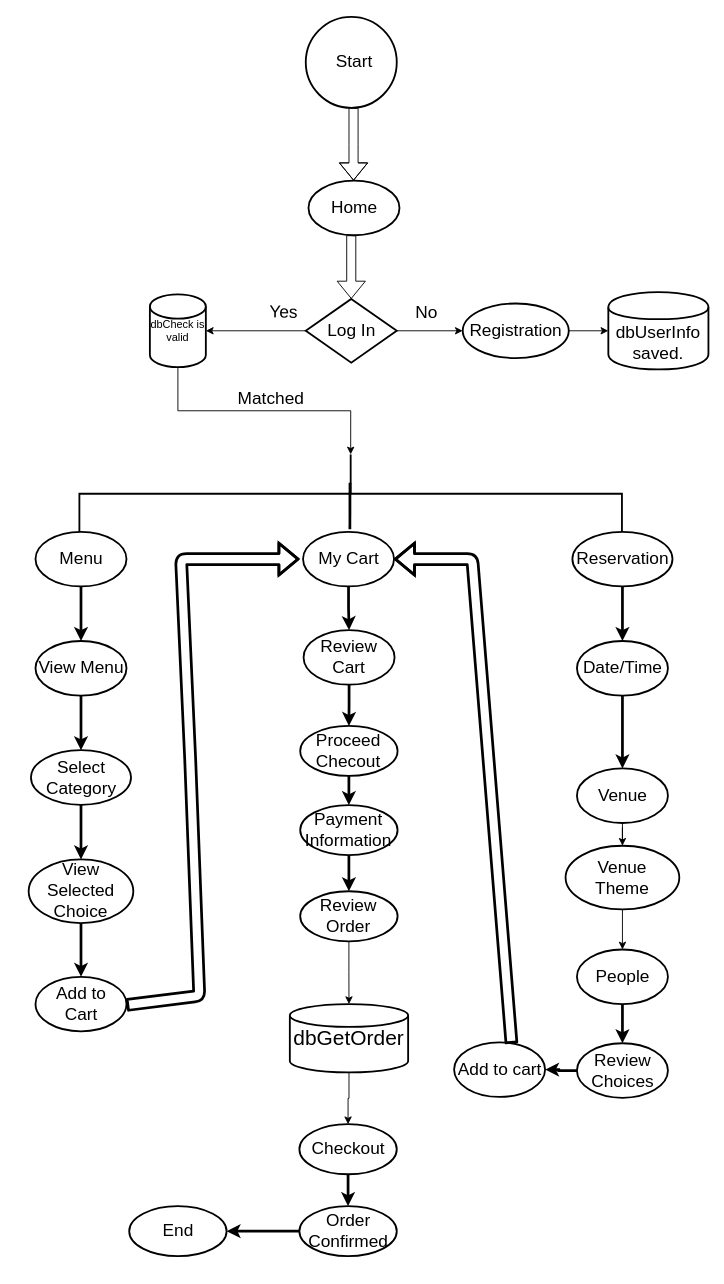
Above: Untitled Diagram.drawio in rheymel/KingROMOLO (draw.io), before the change. Source tidied: cells renumbered, new cells numbered last; positions are measured from the earlier drawing's top-left corner, leaving out a move shared by most shapes. Both pictures are drawn from the tidied source at 91%, with x=0, y=0 at pixel (28, 16).
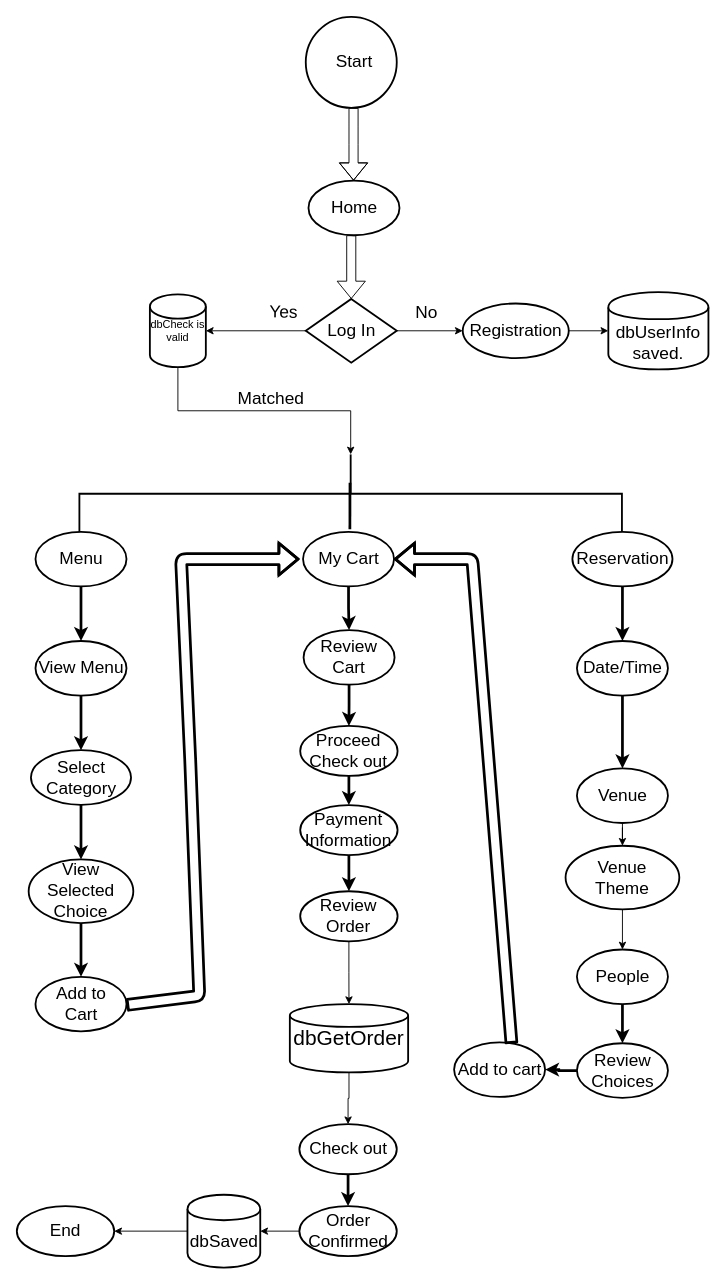
The same diagram, later.

Unchanged cells that the change refers to:
```xml
<mxCell id="51" value="Order Confirmed" style="strokeWidth=2;html=1;shape=mxgraph.flowchart.start_1;whiteSpace=wrap;fontSize=19;" parent="1" vertex="1">
  <mxGeometry x="297.5" y="1306.9" width="107" height="55" as="geometry" />
</mxCell>
```

The edit, as a diff of the source:
```diff
@@
-    <mxCell id="43" value="Proceed Checout" style="strokeWidth=2;html=1;shape=mxgraph.flowchart.start_1;whiteSpace=wrap;fontSize=19;" parent="1" vertex="1">
+    <mxCell id="43" value="Proceed Check out" style="strokeWidth=2;html=1;shape=mxgraph.flowchart.start_1;whiteSpace=wrap;fontSize=19;" parent="1" vertex="1">
       <mxGeometry x="298.4" y="779.2" width="107" height="55" as="geometry" />
     </mxCell>
@@
-    <mxCell id="49" value="Checkout" style="strokeWidth=2;html=1;shape=mxgraph.flowchart.start_1;whiteSpace=wrap;fontSize=19;" parent="1" vertex="1">
+    <mxCell id="49" value="Check out" style="strokeWidth=2;html=1;shape=mxgraph.flowchart.start_1;whiteSpace=wrap;fontSize=19;" parent="1" vertex="1">
       <mxGeometry x="297.5" y="1216.9" width="107" height="55" as="geometry" />
     </mxCell>
-    <mxCell id="50" style="edgeStyle=orthogonalEdgeStyle;rounded=0;jettySize=auto;html=1;strokeWidth=3;fontSize=19;" parent="1" edge="1" source="51" target="52">
-      <mxGeometry relative="1" as="geometry" />
-    </mxCell>
+    <mxCell id="61" style="edgeStyle=orthogonalEdgeStyle;rounded=0;jettySize=auto;html=1;" parent="1" edge="1" source="51" target="63">
+      <mxGeometry relative="1" as="geometry" />
+    </mxCell>
@@
     <mxCell id="52" value="End" style="strokeWidth=2;html=1;shape=mxgraph.flowchart.start_1;whiteSpace=wrap;fontSize=19;" parent="1" vertex="1">
-      <mxGeometry x="110.5" y="1306.9" width="107" height="55" as="geometry" />
+      <mxGeometry x="-13" y="1306.9" width="107" height="55" as="geometry" />
     </mxCell>
@@
+    <mxCell id="62" style="edgeStyle=orthogonalEdgeStyle;rounded=0;jettySize=auto;html=1;" parent="1" edge="1" source="63" target="52">
+      <mxGeometry relative="1" as="geometry" />
+    </mxCell>
+    <mxCell id="63" value="dbSaved" style="shape=cylinder;whiteSpace=wrap;html=1;boundedLbl=1;backgroundOutline=1;fontSize=19;strokeWidth=2;" parent="1" vertex="1">
+      <mxGeometry x="174.5" y="1294.4" width="80" height="80" as="geometry" />
+    </mxCell>
```
